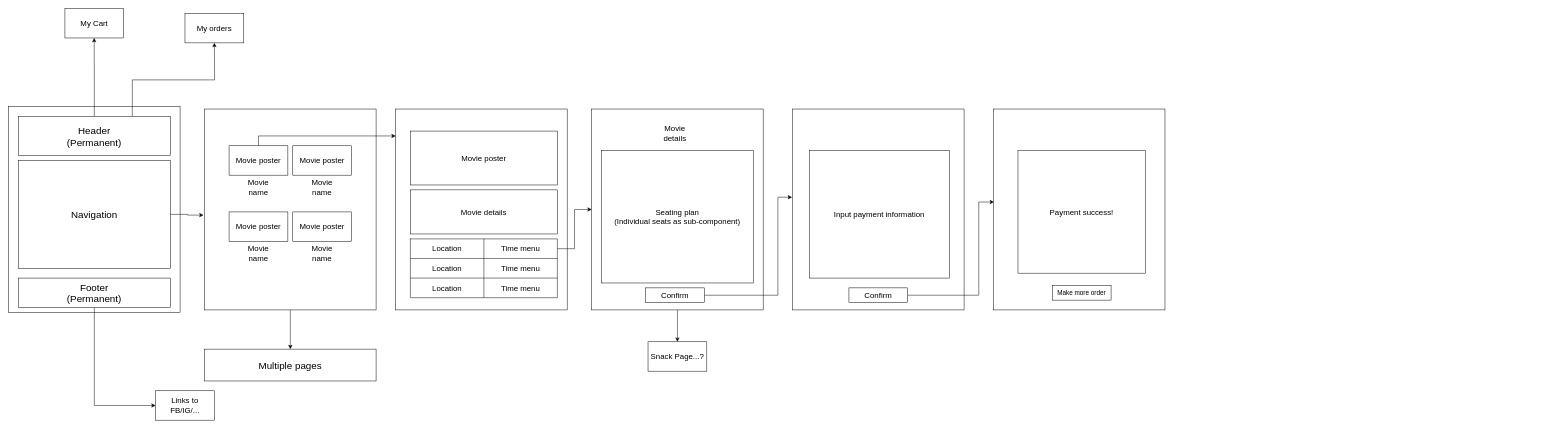
tommy200401/React_Playground keeps this draw.io diagram as page "Page-2" (2 of 2) of Untitled Diagram.drawio. Above is the earlier version. Source tidied: cells renumbered, new cells numbered last; positions are measured from the earlier drawing's top-left corner, leaving out a move shared by most shapes. Both pictures are drawn from the tidied source at 49%, with x=0, y=0 at pixel (8, 8).
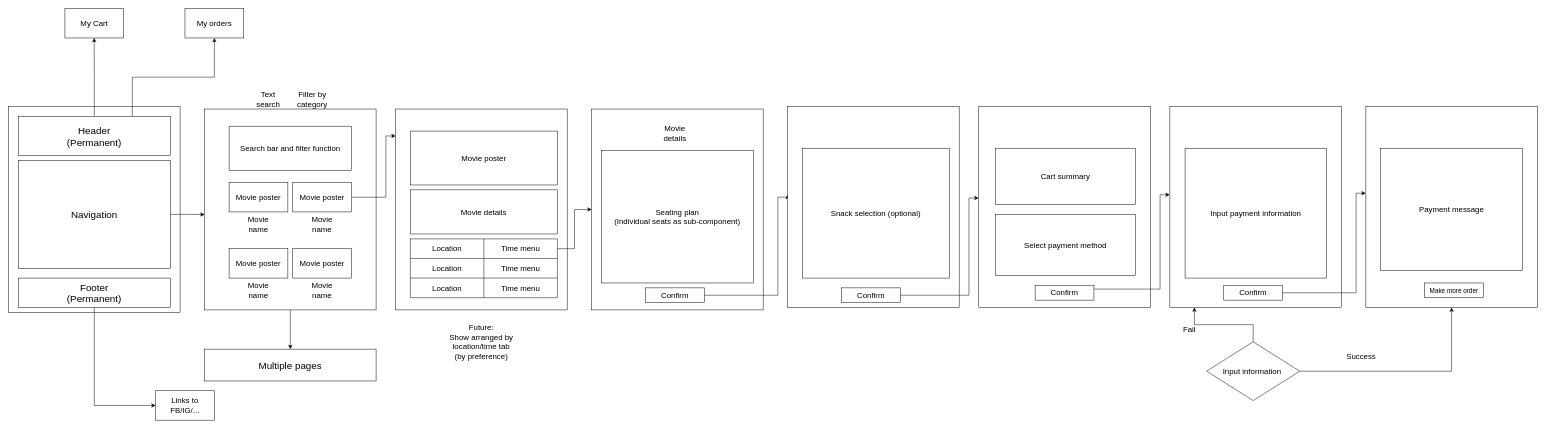
After the change.

The change refers to these unchanged cells:
```xml
<mxCell id="5" value="Header&lt;br&gt;(Permanent)" style="rounded=0;whiteSpace=wrap;html=1;fontSize=20;align=center;verticalAlign=middle;" parent="1" vertex="1">
  <mxGeometry x="20" y="220" width="310" height="80" as="geometry" />
</mxCell>
<mxCell id="7" value="Navigation" style="rounded=0;whiteSpace=wrap;html=1;fontSize=20;align=center;verticalAlign=middle;" parent="1" vertex="1">
  <mxGeometry x="20" y="310" width="310" height="220" as="geometry" />
</mxCell>
<mxCell id="11" style="rounded=0;whiteSpace=wrap;html=1;fontSize=20;align=center;verticalAlign=middle;" parent="1" vertex="1">
  <mxGeometry x="400" y="205" width="350" height="410" as="geometry" />
</mxCell>
<mxCell id="21" style="rounded=0;whiteSpace=wrap;html=1;fontSize=20;align=center;verticalAlign=middle;" parent="1" vertex="1">
  <mxGeometry x="790" y="205" width="350" height="410" as="geometry" />
</mxCell>
<mxCell id="35" style="rounded=0;whiteSpace=wrap;html=1;fontSize=20;align=center;verticalAlign=middle;" parent="1" vertex="1">
  <mxGeometry x="1190" y="205" width="350" height="410" as="geometry" />
</mxCell>
<mxCell id="39" value="Confirm" style="rounded=0;whiteSpace=wrap;html=1;fontSize=16;align=center;verticalAlign=middle;" parent="1" vertex="1">
  <mxGeometry x="1300" y="570" width="120" height="30" as="geometry" />
</mxCell>
```

Change to the diagram source:
```diff
@@
-    <mxCell id="4" style="edgeStyle=orthogonalEdgeStyle;rounded=0;jettySize=auto;html=1;exitX=0.75;exitY=0;exitDx=0;exitDy=0;fontSize=16;" parent="1" edge="1" source="5">
-      <mxGeometry relative="1" as="geometry">
-        <mxPoint x="420" y="70" as="targetPoint" />
-      </mxGeometry>
+    <mxCell id="4" style="edgeStyle=orthogonalEdgeStyle;rounded=0;jettySize=auto;html=1;exitX=0.75;exitY=0;exitDx=0;exitDy=0;fontSize=16;entryX=0.5;entryY=1;entryDx=0;entryDy=0;" parent="1" edge="1" source="5" target="50">
+      <mxGeometry relative="1" as="geometry" />
     </mxCell>
@@
-    <mxCell id="6" style="edgeStyle=orthogonalEdgeStyle;rounded=0;jettySize=auto;html=1;entryX=-0.006;entryY=0.528;entryDx=0;entryDy=0;entryPerimeter=0;fontSize=13;" parent="1" edge="1" source="7" target="11">
+    <mxCell id="6" style="edgeStyle=orthogonalEdgeStyle;rounded=0;jettySize=auto;html=1;exitX=1;exitY=0.5;exitDx=0;exitDy=0;entryX=0;entryY=0.525;entryDx=0;entryDy=0;entryPerimeter=0;fontSize=16;" parent="1" edge="1" source="7" target="11">
       <mxGeometry relative="1" as="geometry" />
     </mxCell>
@@
-    <mxCell id="12" style="edgeStyle=orthogonalEdgeStyle;rounded=0;jettySize=auto;html=1;exitX=1;exitY=0.5;exitDx=0;exitDy=0;entryX=0;entryY=0.134;entryDx=0;entryDy=0;entryPerimeter=0;fontSize=16;" parent="1" edge="1" source="13" target="21">
+    <mxCell id="12" style="edgeStyle=orthogonalEdgeStyle;rounded=0;jettySize=auto;html=1;exitX=1;exitY=0.5;exitDx=0;exitDy=0;entryX=0;entryY=0.134;entryDx=0;entryDy=0;entryPerimeter=0;fontSize=16;" parent="1" edge="1" source="15" target="21">
       <mxGeometry relative="1" as="geometry">
         <Array as="points">
-          <mxPoint x="510" y="310" />
-          <mxPoint x="510" y="260" />
+          <mxPoint x="770" y="385" />
+          <mxPoint x="770" y="260" />
         </Array>
       </mxGeometry>
     </mxCell>
     <mxCell id="13" value="Movie poster" style="rounded=0;whiteSpace=wrap;html=1;fontSize=16;align=center;verticalAlign=middle;" parent="1" vertex="1">
-      <mxGeometry x="450" y="280" width="120" height="60" as="geometry" />
+      <mxGeometry x="450" y="355" width="120" height="60" as="geometry" />
     </mxCell>
     <mxCell id="14" value="Movie name" style="text;html=1;strokeColor=none;fillColor=none;align=center;verticalAlign=middle;whiteSpace=wrap;rounded=0;fontSize=16;" parent="1" vertex="1">
-      <mxGeometry x="480" y="350" width="60" height="30" as="geometry" />
+      <mxGeometry x="480" y="425" width="60" height="30" as="geometry" />
     </mxCell>
     <mxCell id="15" value="Movie poster" style="rounded=0;whiteSpace=wrap;html=1;fontSize=16;align=center;verticalAlign=middle;" parent="1" vertex="1">
-      <mxGeometry x="580" y="280" width="120" height="60" as="geometry" />
+      <mxGeometry x="580" y="355" width="120" height="60" as="geometry" />
     </mxCell>
     <mxCell id="16" value="Movie name" style="text;html=1;strokeColor=none;fillColor=none;align=center;verticalAlign=middle;whiteSpace=wrap;rounded=0;fontSize=16;" parent="1" vertex="1">
-      <mxGeometry x="610" y="350" width="60" height="30" as="geometry" />
+      <mxGeometry x="610" y="425" width="60" height="30" as="geometry" />
     </mxCell>
     <mxCell id="17" value="Movie poster" style="rounded=0;whiteSpace=wrap;html=1;fontSize=16;align=center;verticalAlign=middle;" parent="1" vertex="1">
-      <mxGeometry x="450" y="415" width="120" height="60" as="geometry" />
+      <mxGeometry x="450" y="490" width="120" height="60" as="geometry" />
     </mxCell>
     <mxCell id="18" value="Movie name" style="text;html=1;strokeColor=none;fillColor=none;align=center;verticalAlign=middle;whiteSpace=wrap;rounded=0;fontSize=16;" parent="1" vertex="1">
-      <mxGeometry x="480" y="485" width="60" height="30" as="geometry" />
+      <mxGeometry x="480" y="560" width="60" height="30" as="geometry" />
     </mxCell>
     <mxCell id="19" value="Movie poster" style="rounded=0;whiteSpace=wrap;html=1;fontSize=16;align=center;verticalAlign=middle;" parent="1" vertex="1">
-      <mxGeometry x="580" y="415" width="120" height="60" as="geometry" />
+      <mxGeometry x="580" y="490" width="120" height="60" as="geometry" />
     </mxCell>
     <mxCell id="20" value="Movie name" style="text;html=1;strokeColor=none;fillColor=none;align=center;verticalAlign=middle;whiteSpace=wrap;rounded=0;fontSize=16;" parent="1" vertex="1">
-      <mxGeometry x="610" y="485" width="60" height="30" as="geometry" />
+      <mxGeometry x="610" y="560" width="60" height="30" as="geometry" />
     </mxCell>
@@
-    <mxCell id="34" style="edgeStyle=orthogonalEdgeStyle;rounded=0;jettySize=auto;html=1;fontSize=16;" parent="1" edge="1" source="35" target="45">
-      <mxGeometry relative="1" as="geometry" />
-    </mxCell>
@@
-    <mxCell id="38" style="edgeStyle=orthogonalEdgeStyle;rounded=0;jettySize=auto;html=1;exitX=1;exitY=0.5;exitDx=0;exitDy=0;entryX=-0.003;entryY=0.439;entryDx=0;entryDy=0;entryPerimeter=0;fontSize=16;" parent="1" edge="1" source="39" target="41">
+    <mxCell id="38" style="edgeStyle=orthogonalEdgeStyle;rounded=0;jettySize=auto;html=1;exitX=1;exitY=0.5;exitDx=0;exitDy=0;entryX=-0.001;entryY=0.439;entryDx=0;entryDy=0;entryPerimeter=0;fontSize=16;" parent="1" edge="1" source="39" target="55">
       <mxGeometry relative="1" as="geometry">
         <Array as="points">
           <mxPoint x="1570" y="585" />
           <mxPoint x="1570" y="385" />
+          <mxPoint x="1590" y="385" />
         </Array>
       </mxGeometry>
     </mxCell>
@@
     <mxCell id="41" style="rounded=0;whiteSpace=wrap;html=1;fontSize=20;align=center;verticalAlign=middle;" parent="1" vertex="1">
-      <mxGeometry x="1600" y="205" width="350" height="410" as="geometry" />
+      <mxGeometry x="1980" y="200" width="350" height="410" as="geometry" />
     </mxCell>
-    <mxCell id="42" value="Input payment information" style="rounded=0;whiteSpace=wrap;html=1;fontSize=16;align=center;verticalAlign=middle;" parent="1" vertex="1">
-      <mxGeometry x="1634" y="290" width="286" height="260" as="geometry" />
+    <mxCell id="42" value="Select payment method" style="rounded=0;whiteSpace=wrap;html=1;fontSize=16;align=center;verticalAlign=middle;" parent="1" vertex="1">
+      <mxGeometry x="2014" y="420" width="286" height="125" as="geometry" />
     </mxCell>
-    <mxCell id="43" style="edgeStyle=orthogonalEdgeStyle;rounded=0;jettySize=auto;html=1;exitX=1;exitY=0.5;exitDx=0;exitDy=0;entryX=0.003;entryY=0.463;entryDx=0;entryDy=0;entryPerimeter=0;fontSize=16;" parent="1" edge="1" source="44" target="46">
-      <mxGeometry relative="1" as="geometry">
-        <Array as="points">
-          <mxPoint x="1980" y="585" />
-          <mxPoint x="1980" y="395" />
-        </Array>
-      </mxGeometry>
-    </mxCell>
+    <mxCell id="53" style="edgeStyle=orthogonalEdgeStyle;rounded=0;jettySize=auto;html=1;exitX=1;exitY=0.25;exitDx=0;exitDy=0;entryX=-0.001;entryY=0.439;entryDx=0;entryDy=0;entryPerimeter=0;fontSize=16;" parent="1" edge="1" source="44" target="61">
+      <mxGeometry relative="1" as="geometry">
+        <Array as="points">
+          <mxPoint x="2350" y="573" />
+          <mxPoint x="2350" y="380" />
+        </Array>
+      </mxGeometry>
+    </mxCell>
     <mxCell id="44" value="Confirm" style="rounded=0;whiteSpace=wrap;html=1;fontSize=16;align=center;verticalAlign=middle;" parent="1" vertex="1">
-      <mxGeometry x="1715" y="570" width="120" height="30" as="geometry" />
+      <mxGeometry x="2095" y="565" width="120" height="30" as="geometry" />
     </mxCell>
-    <mxCell id="45" value="Snack Page...?" style="rounded=0;whiteSpace=wrap;html=1;fontSize=16;align=center;verticalAlign=middle;" parent="1" vertex="1">
-      <mxGeometry x="1305" y="680" width="120" height="60" as="geometry" />
-    </mxCell>
     <mxCell id="46" style="rounded=0;whiteSpace=wrap;html=1;fontSize=20;align=center;verticalAlign=middle;" parent="1" vertex="1">
-      <mxGeometry x="2010" y="205" width="350" height="410" as="geometry" />
+      <mxGeometry x="2770" y="200" width="350" height="410" as="geometry" />
     </mxCell>
-    <mxCell id="47" value="Payment success!" style="rounded=0;whiteSpace=wrap;html=1;fontSize=16;align=center;verticalAlign=middle;" parent="1" vertex="1">
-      <mxGeometry x="2060" y="290" width="260" height="250" as="geometry" />
+    <mxCell id="47" value="Payment message" style="rounded=0;whiteSpace=wrap;html=1;fontSize=16;align=center;verticalAlign=middle;" parent="1" vertex="1">
+      <mxGeometry x="2800" y="285" width="290" height="250" as="geometry" />
     </mxCell>
     <mxCell id="48" value="&lt;font style=&quot;font-size: 13px&quot;&gt;Make more order&lt;/font&gt;" style="rounded=0;whiteSpace=wrap;html=1;fontSize=16;align=center;verticalAlign=middle;" parent="1" vertex="1">
-      <mxGeometry x="2130" y="565" width="120" height="30" as="geometry" />
+      <mxGeometry x="2890" y="560" width="120" height="30" as="geometry" />
     </mxCell>
@@
     <mxCell id="50" value="My orders" style="rounded=0;whiteSpace=wrap;html=1;fontSize=16;align=center;verticalAlign=middle;" parent="1" vertex="1">
-      <mxGeometry x="360" y="10" width="120" height="60" as="geometry" />
+      <mxGeometry x="360" width="120" height="60" as="geometry" />
     </mxCell>
@@
+    <mxCell id="54" value="Future:&lt;br&gt;Show arranged by location/time tab&lt;br&gt;(by preference)" style="text;html=1;strokeColor=none;fillColor=none;align=center;verticalAlign=middle;whiteSpace=wrap;rounded=0;fontSize=16;" parent="1" vertex="1">
+      <mxGeometry x="880" y="665" width="170" height="30" as="geometry" />
+    </mxCell>
+    <mxCell id="55" style="rounded=0;whiteSpace=wrap;html=1;fontSize=20;align=center;verticalAlign=middle;" parent="1" vertex="1">
+      <mxGeometry x="1590" y="200" width="350" height="410" as="geometry" />
+    </mxCell>
+    <mxCell id="56" value="Snack selection (optional)" style="rounded=0;whiteSpace=wrap;html=1;fontSize=16;align=center;verticalAlign=middle;" parent="1" vertex="1">
+      <mxGeometry x="1620" y="285" width="300" height="265" as="geometry" />
+    </mxCell>
+    <mxCell id="57" style="edgeStyle=orthogonalEdgeStyle;rounded=0;jettySize=auto;html=1;exitX=1;exitY=0.5;exitDx=0;exitDy=0;entryX=-0.001;entryY=0.455;entryDx=0;entryDy=0;entryPerimeter=0;fontSize=16;" parent="1" edge="1" source="58" target="41">
+      <mxGeometry relative="1" as="geometry">
+        <Array as="points">
+          <mxPoint x="1960" y="585" />
+          <mxPoint x="1960" y="387" />
+        </Array>
+      </mxGeometry>
+    </mxCell>
+    <mxCell id="58" value="Confirm" style="rounded=0;whiteSpace=wrap;html=1;fontSize=16;align=center;verticalAlign=middle;" parent="1" vertex="1">
+      <mxGeometry x="1700" y="570" width="120" height="30" as="geometry" />
+    </mxCell>
+    <mxCell id="59" value="Cart summary" style="rounded=0;whiteSpace=wrap;html=1;fontSize=16;align=center;verticalAlign=middle;" parent="1" vertex="1">
+      <mxGeometry x="2014" y="285" width="286" height="115" as="geometry" />
+    </mxCell>
+    <mxCell id="60" value="Search bar and filter function" style="rounded=0;whiteSpace=wrap;html=1;fontSize=16;align=center;verticalAlign=middle;" parent="1" vertex="1">
+      <mxGeometry x="450" y="240" width="250" height="90" as="geometry" />
+    </mxCell>
+    <mxCell id="61" style="rounded=0;whiteSpace=wrap;html=1;fontSize=20;align=center;verticalAlign=middle;" parent="1" vertex="1">
+      <mxGeometry x="2370" y="200" width="350" height="410" as="geometry" />
+    </mxCell>
+    <mxCell id="62" value="&lt;span&gt;Input payment information&lt;/span&gt;" style="rounded=0;whiteSpace=wrap;html=1;fontSize=16;align=center;verticalAlign=middle;" parent="1" vertex="1">
+      <mxGeometry x="2401" y="285" width="289" height="265" as="geometry" />
+    </mxCell>
+    <mxCell id="63" style="edgeStyle=orthogonalEdgeStyle;rounded=0;jettySize=auto;html=1;exitX=1;exitY=0.5;exitDx=0;exitDy=0;entryX=-0.001;entryY=0.431;entryDx=0;entryDy=0;entryPerimeter=0;fontSize=16;" parent="1" edge="1" source="64" target="46">
+      <mxGeometry relative="1" as="geometry">
+        <Array as="points">
+          <mxPoint x="2750" y="580" />
+          <mxPoint x="2750" y="377" />
+        </Array>
+      </mxGeometry>
+    </mxCell>
+    <mxCell id="64" value="Confirm" style="rounded=0;whiteSpace=wrap;html=1;fontSize=16;align=center;verticalAlign=middle;" parent="1" vertex="1">
+      <mxGeometry x="2480" y="565" width="120" height="30" as="geometry" />
+    </mxCell>
+    <mxCell id="65" style="edgeStyle=orthogonalEdgeStyle;rounded=0;jettySize=auto;html=1;entryX=0.5;entryY=1;entryDx=0;entryDy=0;fontSize=16;" parent="1" edge="1" source="67" target="46">
+      <mxGeometry relative="1" as="geometry" />
+    </mxCell>
+    <mxCell id="66" style="edgeStyle=orthogonalEdgeStyle;rounded=0;jettySize=auto;html=1;exitX=0.5;exitY=0;exitDx=0;exitDy=0;entryX=0.143;entryY=1;entryDx=0;entryDy=0;entryPerimeter=0;fontSize=16;" parent="1" edge="1" source="67" target="61">
+      <mxGeometry relative="1" as="geometry" />
+    </mxCell>
+    <mxCell id="67" value="Input information&amp;nbsp;" style="rhombus;whiteSpace=wrap;html=1;fontSize=16;align=center;verticalAlign=middle;" parent="1" vertex="1">
+      <mxGeometry x="2445" y="680" width="190" height="120" as="geometry" />
+    </mxCell>
+    <mxCell id="68" value="Success" style="text;html=1;align=center;verticalAlign=middle;strokeColor=none;fillColor=none;fontSize=16;" parent="1" vertex="1">
+      <mxGeometry x="2720" y="700" width="80" height="20" as="geometry" />
+    </mxCell>
+    <mxCell id="69" value="Fail" style="text;html=1;strokeColor=none;fillColor=none;align=center;verticalAlign=middle;whiteSpace=wrap;rounded=0;fontSize=16;" parent="1" vertex="1">
+      <mxGeometry x="2380" y="640" width="60" height="30" as="geometry" />
+    </mxCell>
+    <mxCell id="70" value="Text search" style="text;html=1;strokeColor=none;fillColor=none;align=center;verticalAlign=middle;whiteSpace=wrap;rounded=0;fontSize=16;" parent="1" vertex="1">
+      <mxGeometry x="500" y="170" width="60" height="30" as="geometry" />
+    </mxCell>
+    <mxCell id="71" value="Filter by category" style="text;html=1;strokeColor=none;fillColor=none;align=center;verticalAlign=middle;whiteSpace=wrap;rounded=0;fontSize=16;" parent="1" vertex="1">
+      <mxGeometry x="590" y="170" width="60" height="30" as="geometry" />
+    </mxCell>
```
